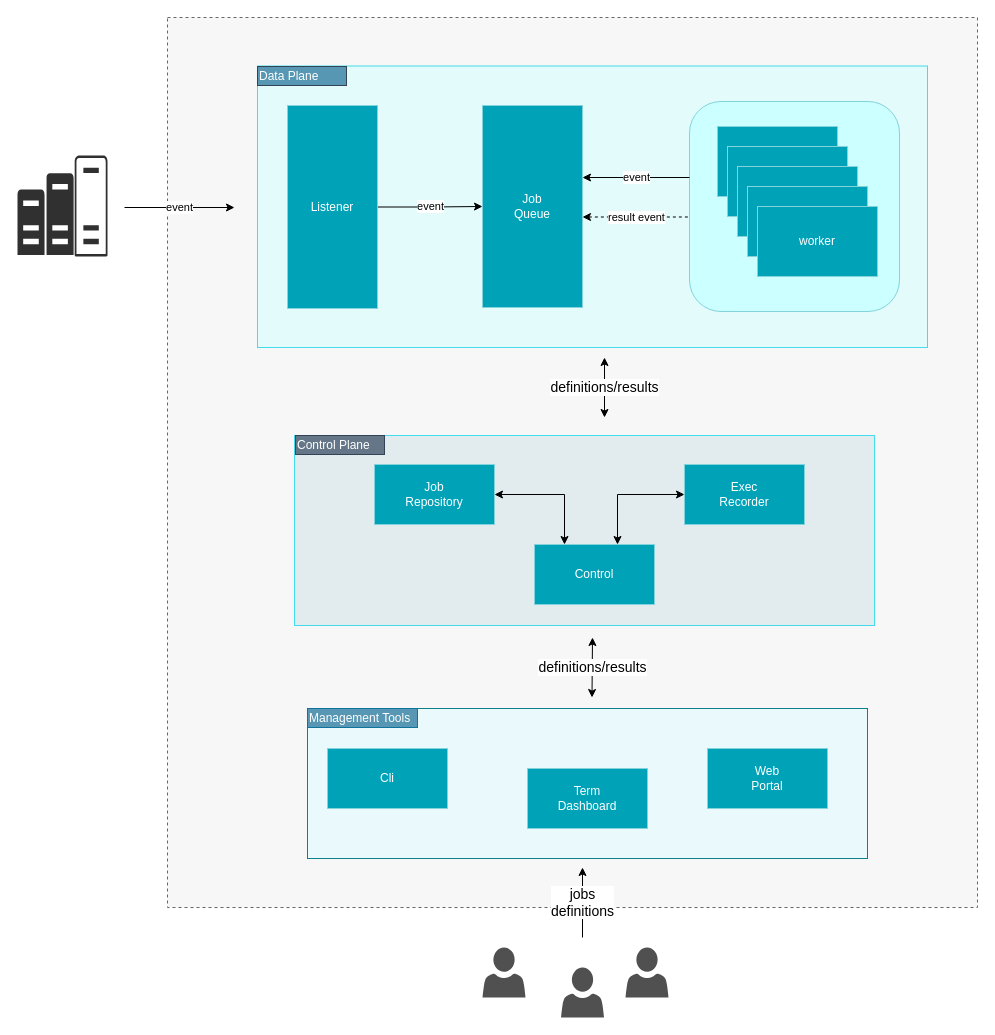
andrescosta/jobico-fn keeps this draw.io diagram as docs/Jobico.drawio. Above is the earlier version. Source tidied: cells renumbered, new cells numbered last; positions are measured from the earlier drawing's top-left corner, leaving out a move shared by most shapes. Both pictures are drawn from the tidied source at 100%, with x=0, y=0 at pixel (17, 17).
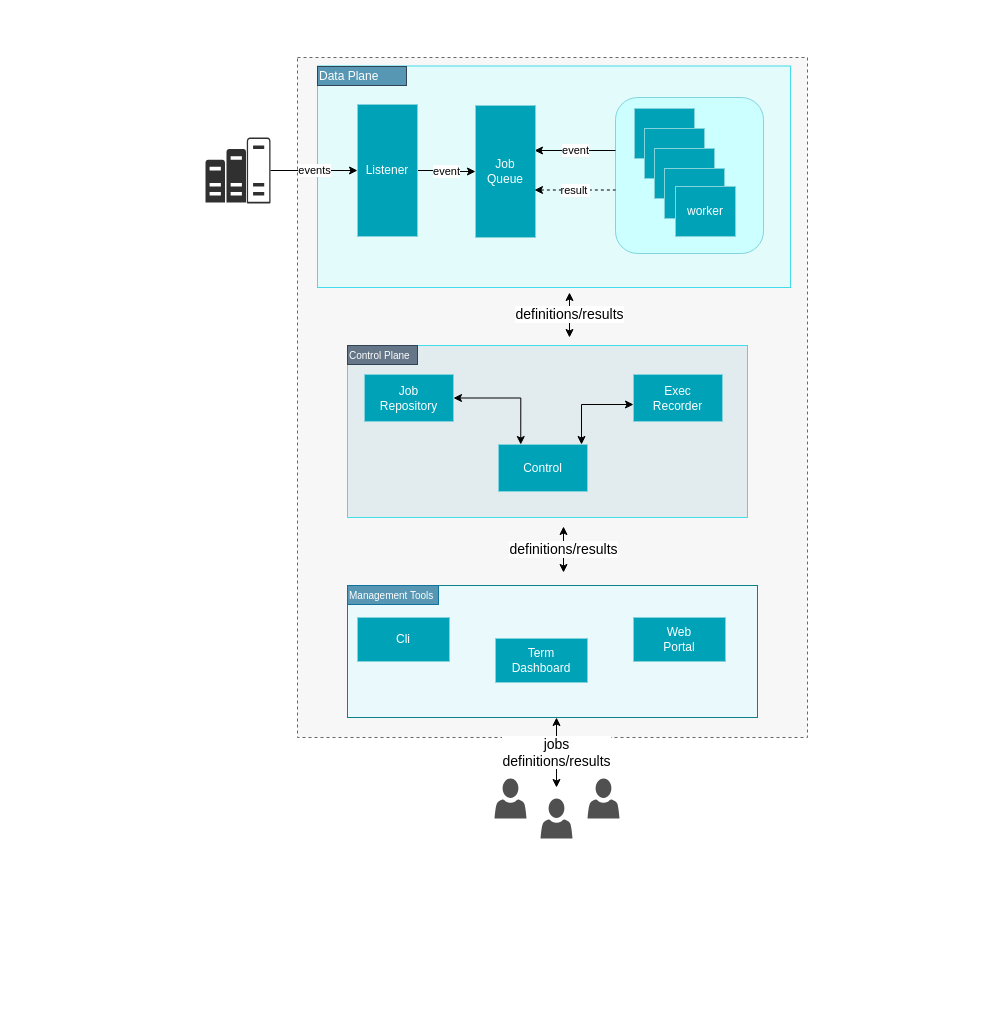
The same page after the edit.

Diff of the diagram source:
```diff
@@
     <mxCell id="2" style="rounded=0;whiteSpace=wrap;html=1;dashed=1;fillColor=#F7F7F7;fontColor=#333333;strokeColor=#666666;" parent="1" vertex="1">
-      <mxGeometry x="150" width="810" height="890" as="geometry" />
+      <mxGeometry x="280" y="40" width="510" height="680" as="geometry" />
     </mxCell>
     <mxCell id="3" style="rounded=0;whiteSpace=wrap;html=1;fillColor=#E3FCFB;strokeColor=#43DCEC;" parent="1" vertex="1">
-      <mxGeometry x="240" y="48.5" width="670" height="281.5" as="geometry" />
+      <mxGeometry x="300" y="48.5" width="473" height="221.5" as="geometry" />
     </mxCell>
     <mxCell id="4" style="rounded=1;whiteSpace=wrap;html=1;fillColor=#CCFFFF;glass=0;strokeColor=#82D3DC;" parent="1" vertex="1">
-      <mxGeometry x="672" y="84" width="210" height="210" as="geometry" />
+      <mxGeometry x="598" y="80" width="148" height="156" as="geometry" />
     </mxCell>
     <mxCell id="5" style="rounded=0;whiteSpace=wrap;html=1;fillColor=#eaf9fb;strokeColor=#0e8088;" parent="1" vertex="1">
-      <mxGeometry x="290" y="691" width="560" height="150" as="geometry" />
+      <mxGeometry x="330" y="568" width="410" height="132" as="geometry" />
     </mxCell>
     <mxCell id="6" style="rounded=0;whiteSpace=wrap;html=1;fillColor=#E2ECEF;strokeColor=#43DCEC;" parent="1" vertex="1">
-      <mxGeometry x="277" y="418" width="580" height="190" as="geometry" />
+      <mxGeometry x="330" y="328" width="400" height="172" as="geometry" />
     </mxCell>
@@
     <mxCell id="8" value="Listener" style="rounded=0;whiteSpace=wrap;html=1;fillColor=#00A2B8;strokeColor=#82D3DC;fontColor=#ffffff;" parent="1" vertex="1">
-      <mxGeometry x="270" y="88" width="90" height="203" as="geometry" />
+      <mxGeometry x="340" y="87" width="60" height="132" as="geometry" />
     </mxCell>
     <mxCell id="9" value="event" style="edgeStyle=orthogonalEdgeStyle;rounded=0;orthogonalLoop=1;jettySize=auto;html=1;entryX=0;entryY=0.5;entryDx=0;entryDy=0;endArrow=none;endFill=0;startArrow=classic;startFill=1;" parent="1" edge="1">
       <mxGeometry relative="1" as="geometry">
-        <mxPoint x="565" y="160" as="sourcePoint" />
-        <mxPoint x="672" y="160" as="targetPoint" />
+        <mxPoint x="517" y="133" as="sourcePoint" />
+        <mxPoint x="598" y="133" as="targetPoint" />
       </mxGeometry>
     </mxCell>
     <mxCell id="10" value="Job&lt;br&gt;Queue" style="rounded=0;whiteSpace=wrap;html=1;fillColor=#00A2B8;strokeColor=#82D3DC;fontColor=#ffffff;" parent="1" vertex="1">
-      <mxGeometry x="465" y="88" width="100" height="202" as="geometry" />
+      <mxGeometry x="458" y="88" width="60" height="132" as="geometry" />
     </mxCell>
     <mxCell id="11" style="rounded=0;whiteSpace=wrap;html=1;fillColor=#00A2B8;strokeColor=#82D3DC;fontColor=#ffffff;" parent="1" vertex="1">
-      <mxGeometry x="700" y="109" width="120" height="70" as="geometry" />
+      <mxGeometry x="617" y="91" width="60" height="50" as="geometry" />
     </mxCell>
     <mxCell id="12" style="rounded=0;whiteSpace=wrap;html=1;fillColor=#00A2B8;strokeColor=#82D3DC;fontColor=#ffffff;" parent="1" vertex="1">
-      <mxGeometry x="710" y="129" width="120" height="70" as="geometry" />
+      <mxGeometry x="627" y="111" width="60" height="50" as="geometry" />
     </mxCell>
     <mxCell id="13" style="rounded=0;whiteSpace=wrap;html=1;fillColor=#00A2B8;strokeColor=#82D3DC;fontColor=#ffffff;" parent="1" vertex="1">
-      <mxGeometry x="720" y="149" width="120" height="70" as="geometry" />
+      <mxGeometry x="637" y="131" width="60" height="50" as="geometry" />
     </mxCell>
     <mxCell id="14" style="rounded=0;whiteSpace=wrap;html=1;fillColor=#00A2B8;strokeColor=#82D3DC;fontColor=#ffffff;" parent="1" vertex="1">
-      <mxGeometry x="730" y="169" width="120" height="70" as="geometry" />
+      <mxGeometry x="647" y="151" width="60" height="50" as="geometry" />
     </mxCell>
     <mxCell id="15" value="worker" style="rounded=0;whiteSpace=wrap;html=1;fillColor=#00A2B8;strokeColor=#82D3DC;fontColor=#ffffff;" parent="1" vertex="1">
-      <mxGeometry x="740" y="189" width="120" height="70" as="geometry" />
+      <mxGeometry x="658" y="169" width="60" height="50" as="geometry" />
     </mxCell>
@@
     <mxCell id="17" value="Job&lt;br&gt;Repository" style="rounded=0;whiteSpace=wrap;html=1;fillColor=#00A2B8;strokeColor=#82D3DC;fontColor=#ffffff;" parent="1" vertex="1">
-      <mxGeometry x="357" y="447" width="120" height="60" as="geometry" />
+      <mxGeometry x="347" y="357" width="89" height="47" as="geometry" />
     </mxCell>
     <mxCell id="18" value="Control" style="rounded=0;whiteSpace=wrap;html=1;fillColor=#00A2B8;strokeColor=#82D3DC;fontColor=#ffffff;" parent="1" vertex="1">
-      <mxGeometry x="517" y="527" width="120" height="60" as="geometry" />
+      <mxGeometry x="481" y="427" width="89" height="47" as="geometry" />
     </mxCell>
     <mxCell id="19" style="edgeStyle=orthogonalEdgeStyle;rounded=0;jettySize=auto;html=1;startArrow=classic;startFill=1;" parent="1" edge="1" source="20" target="18">
       <mxGeometry relative="1" as="geometry">
         <Array as="points">
-          <mxPoint x="600" y="477" />
+          <mxPoint x="564" y="387" />
         </Array>
       </mxGeometry>
     </mxCell>
     <mxCell id="20" value="Exec&lt;br&gt;Recorder" style="rounded=0;whiteSpace=wrap;html=1;fillColor=#00A2B8;strokeColor=#82D3DC;fontColor=#ffffff;" parent="1" vertex="1">
-      <mxGeometry x="667" y="447" width="120" height="60" as="geometry" />
+      <mxGeometry x="616" y="357" width="89" height="47" as="geometry" />
     </mxCell>
     <mxCell id="21" value="Cli" style="rounded=0;whiteSpace=wrap;html=1;fillColor=#00A2B8;strokeColor=#82D3DC;fontColor=#ffffff;" parent="1" vertex="1">
-      <mxGeometry x="310" y="731" width="120" height="60" as="geometry" />
+      <mxGeometry x="340" y="600" width="92" height="44" as="geometry" />
     </mxCell>
     <mxCell id="22" value="Term&lt;br&gt;Dashboard" style="rounded=0;whiteSpace=wrap;html=1;fillColor=#00A2B8;strokeColor=#82D3DC;fontColor=#ffffff;" parent="1" vertex="1">
-      <mxGeometry x="510" y="751" width="120" height="60" as="geometry" />
+      <mxGeometry x="478" y="621" width="92" height="44" as="geometry" />
     </mxCell>
     <mxCell id="23" value="Web &lt;br&gt;Portal" style="rounded=0;whiteSpace=wrap;html=1;fillColor=#00A2B8;strokeColor=#82D3DC;fontColor=#ffffff;" parent="1" vertex="1">
-      <mxGeometry x="690" y="731" width="120" height="60" as="geometry" />
+      <mxGeometry x="616" y="600" width="92" height="44" as="geometry" />
     </mxCell>
-    <mxCell id="24" value="Control Plane" style="rounded=0;whiteSpace=wrap;html=1;align=left;fillColor=#647687;fontColor=#ffffff;strokeColor=#314354;" parent="1" vertex="1">
-      <mxGeometry x="278" y="418" width="89" height="19" as="geometry" />
+    <mxCell id="24" value="Control Plane" style="rounded=0;whiteSpace=wrap;html=1;align=left;fillColor=#647687;fontColor=#ffffff;strokeColor=#314354;fontSize=10;" parent="1" vertex="1">
+      <mxGeometry x="330" y="328" width="70" height="19" as="geometry" />
     </mxCell>
     <mxCell id="25" value="definitions/results" style="edgeStyle=elbowEdgeStyle;rounded=0;elbow=horizontal;html=1;labelBackgroundColor=#ffffff;startArrow=classic;startFill=1;startSize=6;endArrow=classic;endFill=1;endSize=6;jettySize=auto;orthogonalLoop=1;strokeWidth=1;fontSize=14;" parent="1" edge="1">
       <mxGeometry relative="1" as="geometry">
-        <mxPoint x="587" y="400" as="sourcePoint" />
-        <mxPoint x="587" y="340" as="targetPoint" />
+        <mxPoint x="552" y="320" as="sourcePoint" />
+        <mxPoint x="552" y="275" as="targetPoint" />
       </mxGeometry>
     </mxCell>
-    <mxCell id="26" value="Management Tools" style="rounded=0;whiteSpace=wrap;html=1;align=left;fillColor=#5897B3;strokeColor=#10739e;fontColor=#FFFFFF;" parent="1" vertex="1">
-      <mxGeometry x="290" y="691" width="110" height="19" as="geometry" />
+    <mxCell id="26" value="Management Tools" style="rounded=0;whiteSpace=wrap;html=1;align=left;fillColor=#5897B3;strokeColor=#10739e;fontColor=#FFFFFF;fontSize=10;" parent="1" vertex="1">
+      <mxGeometry x="330" y="568" width="91" height="19" as="geometry" />
     </mxCell>
     <mxCell id="27" value="definitions/results" style="edgeStyle=elbowEdgeStyle;rounded=0;elbow=horizontal;html=1;labelBackgroundColor=#ffffff;startArrow=classic;startFill=1;startSize=6;endArrow=classic;endFill=1;endSize=6;jettySize=auto;orthogonalLoop=1;strokeWidth=1;fontSize=14;" parent="1" edge="1">
       <mxGeometry relative="1" as="geometry">
-        <mxPoint x="574.5" y="680" as="sourcePoint" />
-        <mxPoint x="574.5" y="620" as="targetPoint" />
+        <mxPoint x="546" y="555" as="sourcePoint" />
+        <mxPoint x="545.5" y="509" as="targetPoint" />
       </mxGeometry>
     </mxCell>
     <mxCell id="28" value="Data Plane" style="rounded=0;whiteSpace=wrap;html=1;align=left;fillColor=#5897B3;fontColor=#ffffff;strokeColor=#314354;" parent="1" vertex="1">
-      <mxGeometry x="240" y="49" width="89" height="19" as="geometry" />
+      <mxGeometry x="300" y="49" width="89" height="19" as="geometry" />
     </mxCell>
-    <mxCell id="29" value="event" style="edgeStyle=orthogonalEdgeStyle;rounded=0;orthogonalLoop=1;jettySize=auto;html=1;" parent="1" edge="1">
-      <mxGeometry relative="1" as="geometry">
-        <mxPoint x="107" y="190" as="sourcePoint" />
-        <mxPoint x="217" y="190" as="targetPoint" />
-      </mxGeometry>
-    </mxCell>
     <mxCell id="30" style="sketch=0;shadow=0;dashed=0;html=1;strokeColor=none;labelPosition=center;verticalLabelPosition=bottom;verticalAlign=top;align=center;fillColor=#303030;shape=mxgraph.mscae.oms.capacity;" parent="1" vertex="1">
-      <mxGeometry y="138" width="90" height="101" as="geometry" />
+      <mxGeometry x="188" y="120" width="65" height="66" as="geometry" />
     </mxCell>
     <mxCell id="31" style="sketch=0;shadow=0;dashed=0;html=1;strokeColor=none;labelPosition=center;verticalLabelPosition=bottom;verticalAlign=top;align=center;fillColor=#505050;shape=mxgraph.mscae.intune.account_portal;" parent="1" vertex="1">
-      <mxGeometry x="543.5" y="950" width="43" height="50" as="geometry" />
+      <mxGeometry x="523" y="781" width="32" height="40" as="geometry" />
     </mxCell>
     <mxCell id="32" style="sketch=0;shadow=0;dashed=0;html=1;strokeColor=none;labelPosition=center;verticalLabelPosition=bottom;verticalAlign=top;align=center;fillColor=#505050;shape=mxgraph.mscae.intune.account_portal;" parent="1" vertex="1">
-      <mxGeometry x="608" y="930" width="43" height="50" as="geometry" />
+      <mxGeometry x="570" y="761" width="32" height="40" as="geometry" />
     </mxCell>
     <mxCell id="33" style="sketch=0;shadow=0;dashed=0;html=1;strokeColor=none;labelPosition=center;verticalLabelPosition=bottom;verticalAlign=top;align=center;fillColor=#505050;shape=mxgraph.mscae.intune.account_portal;" parent="1" vertex="1">
-      <mxGeometry x="465" y="930" width="43" height="50" as="geometry" />
+      <mxGeometry x="477" y="761" width="32" height="40" as="geometry" />
     </mxCell>
-    <mxCell id="34" value="jobs &lt;br&gt;definitions" style="edgeStyle=elbowEdgeStyle;rounded=0;elbow=vertical;html=1;labelBackgroundColor=#ffffff;startArrow=none;startFill=0;startSize=6;endArrow=classic;endFill=1;endSize=6;jettySize=auto;orthogonalLoop=1;strokeWidth=1;fontSize=14;" parent="1" edge="1">
+    <mxCell id="34" value="jobs &lt;br&gt;definitions/results" style="edgeStyle=elbowEdgeStyle;rounded=0;elbow=vertical;html=1;labelBackgroundColor=#ffffff;startArrow=classic;startFill=1;startSize=6;endArrow=classic;endFill=1;endSize=6;jettySize=auto;orthogonalLoop=1;strokeWidth=1;fontSize=14;" parent="1" edge="1">
       <mxGeometry relative="1" as="geometry">
-        <mxPoint x="565" y="920" as="sourcePoint" />
-        <mxPoint x="565" y="850" as="targetPoint" />
+        <mxPoint x="539" y="770" as="sourcePoint" />
+        <mxPoint x="539" y="700" as="targetPoint" />
       </mxGeometry>
     </mxCell>
-    <mxCell id="35" value="result event" style="edgeStyle=orthogonalEdgeStyle;rounded=0;orthogonalLoop=1;jettySize=auto;html=1;entryX=0;entryY=0.5;entryDx=0;entryDy=0;endArrow=none;endFill=0;startArrow=classic;startFill=1;dashed=1;" parent="1" edge="1">
+    <mxCell id="35" value="result&amp;nbsp;" style="edgeStyle=orthogonalEdgeStyle;rounded=0;orthogonalLoop=1;jettySize=auto;html=1;entryX=0;entryY=0.5;entryDx=0;entryDy=0;endArrow=none;endFill=0;startArrow=classic;startFill=1;dashed=1;" parent="1" edge="1">
       <mxGeometry relative="1" as="geometry">
-        <mxPoint x="565" y="199.5" as="sourcePoint" />
-        <mxPoint x="672" y="199.5" as="targetPoint" />
+        <mxPoint x="517" y="172.5" as="sourcePoint" />
+        <mxPoint x="598" y="172.5" as="targetPoint" />
       </mxGeometry>
     </mxCell>
+    <mxCell id="36" value="events" style="endArrow=classic;html=1;rounded=0;exitX=1;exitY=0.5;exitDx=0;exitDy=0;exitPerimeter=0;" parent="1" edge="1" source="30" target="8">
+      <mxGeometry relative="1" as="geometry" />
+    </mxCell>
```
